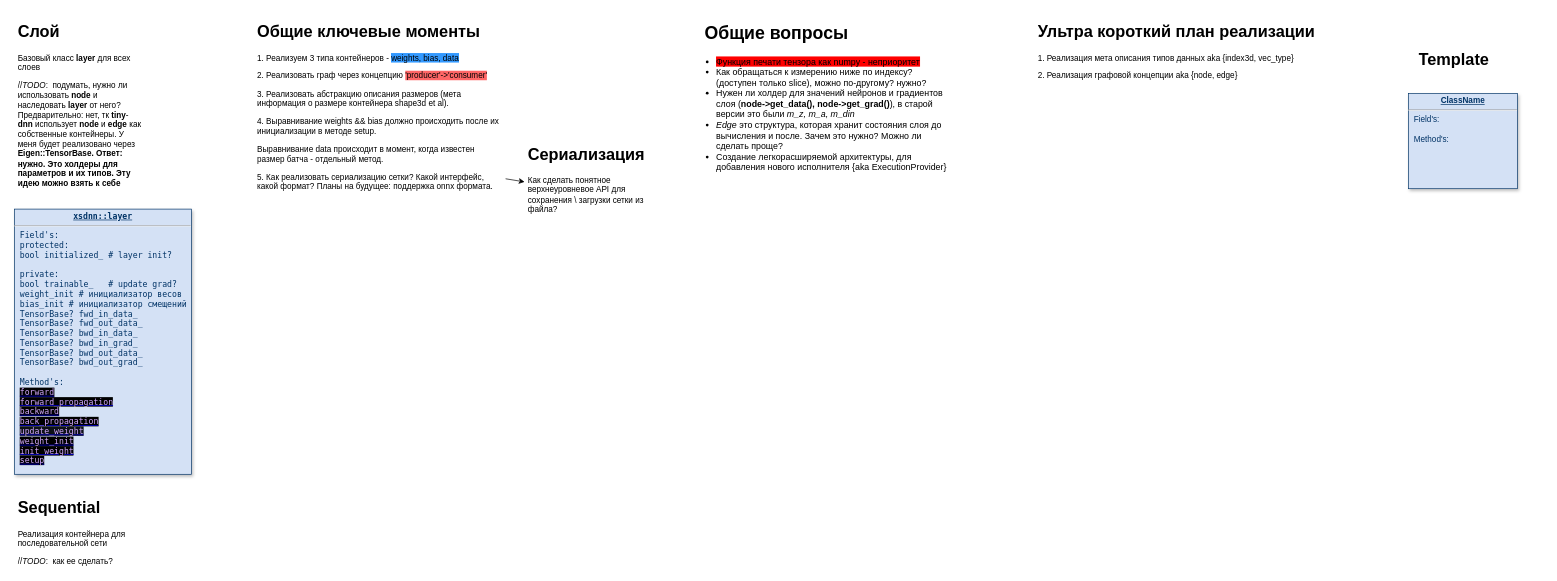
The draw.io diagram page "xsdnn::main" (1 of 9) of logic.drawio in xsdnn/xsdnn, before the edit. Source tidied: cells renumbered, new cells numbered last; positions are measured from the earlier drawing's top-left corner, leaving out a move shared by most shapes. Both pictures are drawn from the tidied source at 68%, with x=0, y=0 at pixel (14, 18).
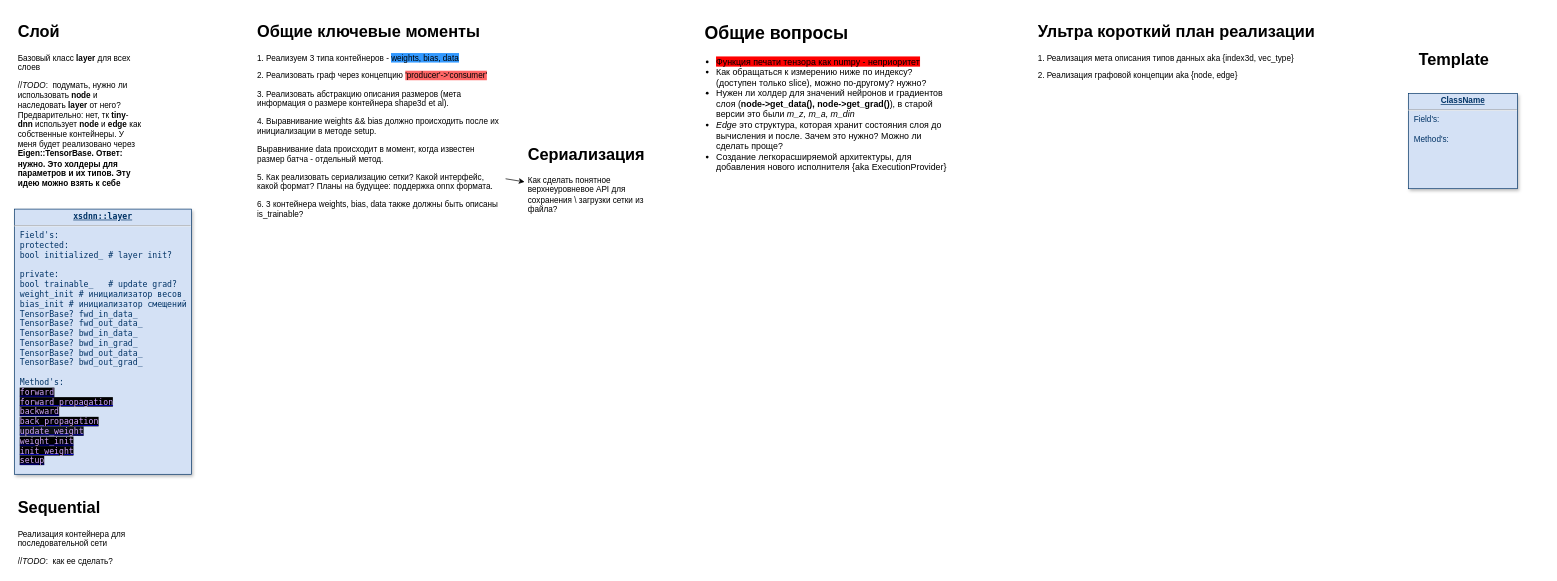
The same page after the edit.

Commit message (it also covers changes not shown here):
add layer::setup vanilla scheme

Diff of the diagram source:
```diff
@@
 <mxGraphModel>
   <root>
     <mxCell id="0" />
     <mxCell id="1" parent="0" />
     <mxCell id="2" value="&lt;p style=&quot;margin: 0px; margin-top: 4px; text-align: center; text-decoration: underline;&quot;&gt;&lt;strong&gt;ClassName&lt;/strong&gt;&lt;/p&gt;&lt;hr&gt;&lt;p style=&quot;margin: 0px; margin-left: 8px;&quot;&gt;Field's:&lt;/p&gt;&lt;p style=&quot;margin: 0px; margin-left: 8px;&quot;&gt;&lt;br&gt;&lt;/p&gt;&lt;p style=&quot;margin: 0px; margin-left: 8px;&quot;&gt;Method's:&lt;/p&gt;" style="verticalAlign=top;align=left;overflow=fill;fontSize=12;fontFamily=Helvetica;html=1;strokeColor=#003366;shadow=1;fillColor=#D4E1F5;fontColor=#003366;" parent="1" vertex="1">
       <mxGeometry x="2050" y="110" width="160" height="140" as="geometry" />
     </mxCell>
     <mxCell id="3" value="&lt;h1&gt;Слой&lt;/h1&gt;&lt;p&gt;Базовый класс &lt;b&gt;layer &lt;/b&gt;для всех слоев&lt;/p&gt;&lt;p&gt;&lt;span style=&quot;text-align: center;&quot;&gt;//&lt;i&gt;TODO&lt;/i&gt;:&amp;nbsp; подумать, нужно ли использовать &lt;b&gt;node&lt;/b&gt; и наследовать &lt;b&gt;layer&lt;/b&gt; от него? Предварительно: нет, тк &lt;b&gt;tiny&lt;/b&gt;-&lt;b&gt;dnn&lt;/b&gt; использует &lt;b&gt;node&lt;/b&gt; и &lt;b&gt;edge&lt;/b&gt; как собственные контейнеры. У меня будет реализовано через &lt;b&gt;Eigen::TensorBase. Ответ: нужно. Это холдеры для параметров и их типов. Эту идею можно взять к себе&lt;/b&gt;&lt;/span&gt;&lt;br&gt;&lt;/p&gt;&lt;p&gt;&lt;br&gt;&lt;/p&gt;" style="text;html=1;strokeColor=none;fillColor=none;spacing=5;spacingTop=-20;whiteSpace=wrap;overflow=hidden;rounded=0;" parent="1" vertex="1">
       <mxGeometry width="190" height="250" as="geometry" />
     </mxCell>
     <mxCell id="4" value="&lt;h1&gt;Template&lt;/h1&gt;" style="text;html=1;strokeColor=none;fillColor=none;spacing=5;spacingTop=-20;whiteSpace=wrap;overflow=hidden;rounded=0;" parent="1" vertex="1">
       <mxGeometry x="2060" y="40" width="190" height="50" as="geometry" />
     </mxCell>
     <mxCell id="5" value="&lt;p style=&quot;margin: 0px; margin-top: 4px; text-align: center; text-decoration: underline;&quot;&gt;&lt;b&gt;xsdnn::layer&lt;/b&gt;&lt;/p&gt;&lt;hr&gt;&lt;p style=&quot;margin: 0px; margin-left: 8px;&quot;&gt;Field's:&lt;/p&gt;&lt;p style=&quot;margin: 0px; margin-left: 8px;&quot;&gt;protected:&lt;/p&gt;&lt;p style=&quot;margin: 0px; margin-left: 8px;&quot;&gt;bool initialized_ # layer init?&lt;/p&gt;&lt;p style=&quot;margin: 0px; margin-left: 8px;&quot;&gt;&lt;br&gt;&lt;/p&gt;&lt;p style=&quot;margin: 0px; margin-left: 8px;&quot;&gt;private:&lt;/p&gt;&lt;p style=&quot;margin: 0px 0px 0px 8px;&quot;&gt;bool trainable_&amp;nbsp; &amp;nbsp;# update grad?&lt;/p&gt;&lt;p style=&quot;margin: 0px 0px 0px 8px;&quot;&gt;weight_init # инициализатор весов&lt;/p&gt;&lt;p style=&quot;margin: 0px 0px 0px 8px;&quot;&gt;bias_init # инициализатор смещений&lt;/p&gt;&lt;p style=&quot;margin: 0px; margin-left: 8px;&quot;&gt;TensorBase? fwd_in_data_&lt;/p&gt;&lt;p style=&quot;margin: 0px; margin-left: 8px;&quot;&gt;TensorBase? fwd_out_data_&lt;br&gt;&lt;/p&gt;&lt;p style=&quot;margin: 0px; margin-left: 8px;&quot;&gt;TensorBase? bwd_in_data_&lt;br&gt;&lt;/p&gt;&lt;p style=&quot;margin: 0px; margin-left: 8px;&quot;&gt;TensorBase? bwd_in_grad_&lt;br&gt;&lt;/p&gt;&lt;p style=&quot;margin: 0px; margin-left: 8px;&quot;&gt;TensorBase? bwd_out_data_&lt;br&gt;&lt;/p&gt;&lt;p style=&quot;margin: 0px; margin-left: 8px;&quot;&gt;TensorBase? bwd_out_grad_&lt;br&gt;&lt;/p&gt;&lt;p style=&quot;margin: 0px; margin-left: 8px;&quot;&gt;&lt;br&gt;&lt;/p&gt;&lt;p style=&quot;margin: 0px; margin-left: 8px;&quot;&gt;Method's:&lt;/p&gt;&lt;p style=&quot;margin: 0px; margin-left: 8px;&quot;&gt;&lt;a href=&quot;data:page/id,acLyr5f8MV2qwVlqdKkI&quot;&gt;&lt;font face=&quot;ui-monospace, SFMono-Regular, SF Mono, Menlo, Consolas, Liberation Mono, monospace&quot; color=&quot;#d2a8ff&quot; style=&quot;background-color: rgb(0, 0, 0);&quot;&gt;forward&lt;/font&gt;&lt;/a&gt;&lt;/p&gt;&lt;p style=&quot;margin: 0px; margin-left: 8px;&quot;&gt;&lt;a href=&quot;data:page/id,P51iXEZZl-BP7aw9WZGj&quot;&gt;&lt;font face=&quot;ui-monospace, SFMono-Regular, SF Mono, Menlo, Consolas, Liberation Mono, monospace&quot; color=&quot;#d2a8ff&quot; style=&quot;background-color: rgb(0, 0, 0);&quot;&gt;forward_propagation&lt;/font&gt;&lt;/a&gt;&lt;/p&gt;&lt;p style=&quot;margin: 0px; margin-left: 8px;&quot;&gt;&lt;a href=&quot;data:page/id,9vZ8QekkStvvB2-BGn0U&quot;&gt;&lt;font face=&quot;ui-monospace, SFMono-Regular, SF Mono, Menlo, Consolas, Liberation Mono, monospace&quot; color=&quot;#d2a8ff&quot; style=&quot;background-color: rgb(0, 0, 0);&quot;&gt;backward&lt;/font&gt;&lt;/a&gt;&lt;/p&gt;&lt;p style=&quot;margin: 0px; margin-left: 8px;&quot;&gt;&lt;a href=&quot;data:page/id,YzGOiIOgP3fO_uxTNOQc&quot;&gt;&lt;font face=&quot;ui-monospace, SFMono-Regular, SF Mono, Menlo, Consolas, Liberation Mono, monospace&quot; color=&quot;#d2a8ff&quot; style=&quot;background-color: rgb(0, 0, 0);&quot;&gt;back_propagation&lt;/font&gt;&lt;/a&gt;&lt;/p&gt;&lt;p style=&quot;margin: 0px; margin-left: 8px;&quot;&gt;&lt;span style=&quot;font-family: ui-monospace, SFMono-Regular, &amp;quot;SF Mono&amp;quot;, Menlo, Consolas, &amp;quot;Liberation Mono&amp;quot;, monospace; background-color: rgb(13, 17, 23);&quot;&gt;&lt;a style=&quot;&quot; href=&quot;data:page/id,1ntwXYWYcS74xLM6uAJB&quot;&gt;&lt;font color=&quot;#d2a8ff&quot;&gt;update_weight&lt;/font&gt;&lt;/a&gt;&lt;/span&gt;&lt;br&gt;&lt;/p&gt;&lt;p style=&quot;margin: 0px; margin-left: 8px;&quot;&gt;&lt;a style=&quot;background-color: rgb(0, 0, 0);&quot; href=&quot;data:page/id,imFPhnd7Cz6RNdqDAHEO&quot;&gt;&lt;font face=&quot;ui-monospace, SFMono-Regular, SF Mono, Menlo, Consolas, Liberation Mono, monospace&quot; color=&quot;#d2a8ff&quot;&gt;weight_init&lt;/font&gt;&lt;/a&gt;&lt;/p&gt;&lt;p style=&quot;margin: 0px; margin-left: 8px;&quot;&gt;&lt;a style=&quot;background-color: rgb(0, 0, 0);&quot; href=&quot;data:page/id,p6dzrHT5QFA6u9v4Chr_&quot;&gt;&lt;font color=&quot;#d2a8ff&quot;&gt;init_weight&lt;/font&gt;&lt;/a&gt;&lt;/p&gt;&lt;p style=&quot;margin: 0px; margin-left: 8px;&quot;&gt;&lt;a style=&quot;background-color: rgb(0, 0, 0);&quot; href=&quot;data:page/id,uzz6QVAgYd6YLyIYvyyA&quot;&gt;&lt;font color=&quot;#d2a8ff&quot;&gt;setup&lt;/font&gt;&lt;/a&gt;&lt;/p&gt;" style="verticalAlign=top;align=left;overflow=fill;fontSize=12;fontFamily=ui-monospace, SFMono-Regular, &quot;SF Mono&quot;, Menlo, Consolas, &quot;Liberation Mono&quot;, monospace;html=1;strokeColor=#003366;shadow=1;fillColor=#D4E1F5;fontColor=#003366;" parent="1" vertex="1">
       <mxGeometry y="280" width="260" height="390" as="geometry" />
     </mxCell>
     <mxCell id="6" value="&lt;h1&gt;Сериализация&lt;/h1&gt;&lt;p&gt;Как сделать понятное верхнеуровневое API для сохранения \ загрузки сетки из файла?&amp;nbsp;&lt;/p&gt;" style="text;html=1;strokeColor=none;fillColor=none;spacing=5;spacingTop=-20;whiteSpace=wrap;overflow=hidden;rounded=0;" parent="1" vertex="1">
       <mxGeometry x="750" y="180" width="190" height="120" as="geometry" />
     </mxCell>
     <mxCell id="7" value="&lt;h1&gt;Общие вопросы&lt;/h1&gt;&lt;p&gt;&lt;br&gt;&lt;/p&gt;" style="text;html=1;strokeColor=none;fillColor=none;spacing=5;spacingTop=-20;whiteSpace=wrap;overflow=hidden;rounded=0;fontSize=13;" parent="1" vertex="1">
       <mxGeometry x="1010" width="270" height="120" as="geometry" />
     </mxCell>
     <mxCell id="8" value="&lt;ul&gt;&lt;li&gt;&lt;span style=&quot;background-color: rgb(255, 0, 0);&quot;&gt;Функция печати тензора как numpy - неприоритет&lt;/span&gt;&lt;/li&gt;&lt;li&gt;Как обращаться к измерению ниже по индексу? (доступен только slice), можно по-другому? нужно?&amp;nbsp;&lt;/li&gt;&lt;li&gt;Нужен ли холдер для значений нейронов и градиентов слоя (&lt;b&gt;node-&amp;gt;get_data(), node-&amp;gt;get_grad()&lt;/b&gt;), в старой версии это были &lt;i&gt;m_z, m_a, m_din&lt;/i&gt;&lt;/li&gt;&lt;li&gt;&lt;i&gt;Edge &lt;/i&gt;это структура, которая хранит состояния слоя до вычисления и после. Зачем это нужно? Можно ли сделать проще?&lt;/li&gt;&lt;li&gt;Создание легкорасширяемой архитектуры, для добавления нового исполнителя {aka ExecutionProvider}&lt;/li&gt;&lt;/ul&gt;" style="text;strokeColor=none;fillColor=none;html=1;whiteSpace=wrap;verticalAlign=middle;overflow=hidden;fontSize=13;" parent="1" vertex="1">
       <mxGeometry x="990" y="40" width="390" height="190" as="geometry" />
     </mxCell>
     <mxCell id="9" value="&lt;h1&gt;Sequential&lt;/h1&gt;&lt;p&gt;Реализация контейнера для&amp;nbsp; последовательной сети&lt;/p&gt;&lt;p&gt;&lt;span style=&quot;text-align: center;&quot;&gt;//&lt;i&gt;TODO&lt;/i&gt;:&amp;nbsp; как ее сделать?&lt;/span&gt;&lt;br&gt;&lt;/p&gt;&lt;p&gt;&lt;br&gt;&lt;/p&gt;" style="text;html=1;strokeColor=none;fillColor=none;spacing=5;spacingTop=-20;whiteSpace=wrap;overflow=hidden;rounded=0;" parent="1" vertex="1">
       <mxGeometry y="700" width="190" height="110" as="geometry" />
     </mxCell>
-    <mxCell id="10" value="&lt;h1&gt;Общие ключевые моменты&lt;/h1&gt;&lt;p&gt;1. Реализуем 3 типа контейнеров - &lt;span style=&quot;background-color: rgb(51, 153, 255);&quot;&gt;weights, bias, data&lt;/span&gt;&lt;/p&gt;&lt;p&gt;2. Реализовать граф через концепцию &lt;span style=&quot;background-color: rgb(255, 102, 102);&quot;&gt;'producer'-&amp;gt;'consumer'&lt;/span&gt;&lt;/p&gt;&lt;p&gt;3. Реализовать абстракцию описания размеров (мета информация о размере контейнера shape3d et al).&amp;nbsp;&lt;/p&gt;&lt;p&gt;4. Выравнивание weights &amp;amp;&amp;amp; bias должно происходить после их инициализации в методе setup.&lt;/p&gt;&lt;p&gt;Выравнивание data происходит в момент, когда известен размер батча - отдельный метод.&lt;/p&gt;&lt;p&gt;5. Как реализовать сериализацию сетки? Какой интерфейс, какой формат? Планы на будущее: поддержка onnx формата.&lt;/p&gt;&lt;p&gt;&lt;br&gt;&lt;/p&gt;" style="text;html=1;strokeColor=none;fillColor=none;spacing=5;spacingTop=-20;whiteSpace=wrap;overflow=hidden;rounded=0;" parent="1" vertex="1">
+    <mxCell id="10" value="&lt;h1&gt;Общие ключевые моменты&lt;/h1&gt;&lt;p&gt;1. Реализуем 3 типа контейнеров - &lt;span style=&quot;background-color: rgb(51, 153, 255);&quot;&gt;weights, bias, data&lt;/span&gt;&lt;/p&gt;&lt;p&gt;2. Реализовать граф через концепцию &lt;span style=&quot;background-color: rgb(255, 102, 102);&quot;&gt;'producer'-&amp;gt;'consumer'&lt;/span&gt;&lt;/p&gt;&lt;p&gt;3. Реализовать абстракцию описания размеров (мета информация о размере контейнера shape3d et al).&amp;nbsp;&lt;/p&gt;&lt;p&gt;4. Выравнивание weights &amp;amp;&amp;amp; bias должно происходить после их инициализации в методе setup.&lt;/p&gt;&lt;p&gt;Выравнивание data происходит в момент, когда известен размер батча - отдельный метод.&lt;/p&gt;&lt;p&gt;5. Как реализовать сериализацию сетки? Какой интерфейс, какой формат? Планы на будущее: поддержка onnx формата.&lt;/p&gt;&lt;p&gt;6. 3 контейнера weights, bias, data также должны быть описаны is_trainable?&amp;nbsp;&lt;/p&gt;" style="text;html=1;strokeColor=none;fillColor=none;spacing=5;spacingTop=-20;whiteSpace=wrap;overflow=hidden;rounded=0;" parent="1" vertex="1">
       <mxGeometry x="352" width="370" height="410" as="geometry" />
     </mxCell>
     <mxCell id="11" value="&lt;h1&gt;Ультра короткий план реализации&lt;/h1&gt;&lt;p&gt;1. Реализация мета описания типов данных aka {index3d, vec_type}&lt;/p&gt;&lt;p&gt;2. Реализация графовой концепции aka {node, edge}&lt;/p&gt;" style="text;html=1;spacing=5;spacingTop=-20;whiteSpace=wrap;overflow=hidden;rounded=0;labelBackgroundColor=none;" parent="1" vertex="1">
       <mxGeometry x="1500" width="420" height="120" as="geometry" />
     </mxCell>
     <mxCell id="12" style="endArrow=classic;html=1;rounded=0;entryX=0;entryY=0.5;entryDx=0;entryDy=0;" parent="1" edge="1" source="10" target="6">
       <mxGeometry relative="1" as="geometry" />
     </mxCell>
   </root>
 </mxGraphModel>
```
